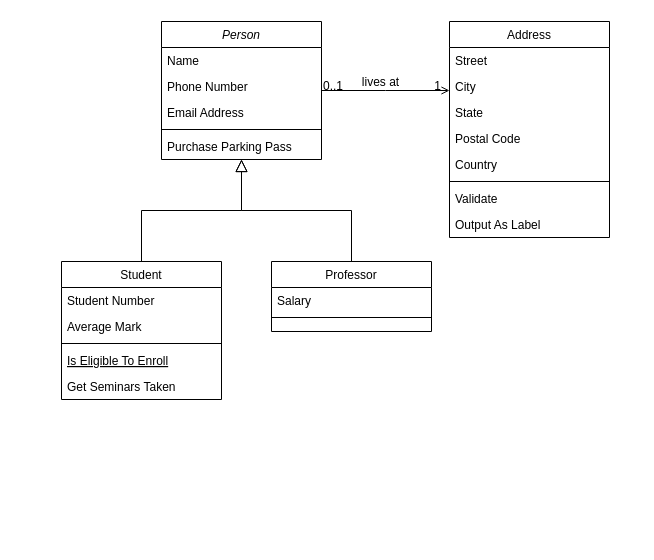
Earlier version of the draw.io diagram GESTAO_OBRAS.drawio (marcoswagner-commits/aula_daw). Source tidied: cells renumbered, new cells numbered last; positions are measured from the earlier drawing's top-left corner, leaving out a move shared by most shapes. Both pictures are drawn from the tidied source at 100%, with x=0, y=0 at pixel (61, 21).
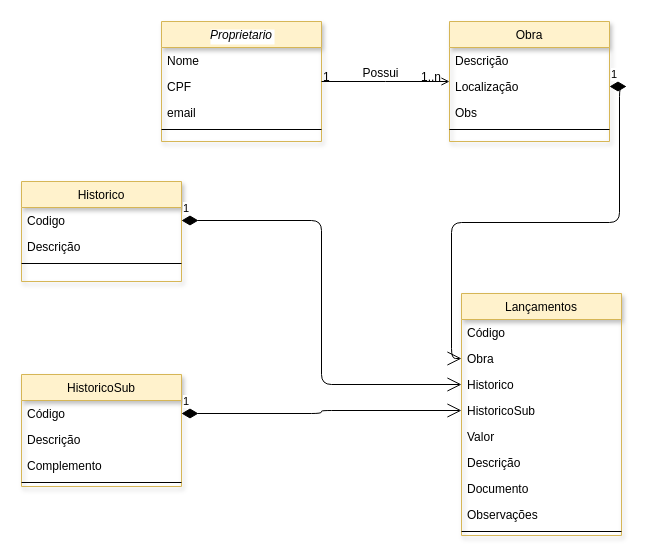
The same page after the edit.

Unchanged cells that the change refers to:
```xml
<mxCell id="28" style="endArrow=open;shadow=0;strokeWidth=1;rounded=0;endFill=1;edgeStyle=elbowEdgeStyle;elbow=vertical;" parent="1" edge="1" source="2" target="19">
  <mxGeometry x="0.5" y="41" relative="1" as="geometry">
    <mxPoint x="-40" y="32" as="offset" />
  </mxGeometry>
</mxCell>
```

What changed in the source:
```diff
@@
-    <mxCell id="2" value="Person" style="swimlane;fontStyle=2;align=center;verticalAlign=top;horizontal=1;startSize=26;rounded=0;shadow=0;strokeWidth=1;" parent="1" vertex="1">
-      <mxGeometry x="100" width="160" height="138" as="geometry" />
+    <mxCell id="2" value="Proprietario" style="swimlane;fontStyle=2;align=center;verticalAlign=top;horizontal=1;startSize=26;rounded=0;shadow=1;strokeWidth=1;labelBackgroundColor=#ffffff;fillColor=#fff2cc;strokeColor=#d6b656;" parent="1" vertex="1">
+      <mxGeometry x="100" width="160" height="120" as="geometry" />
     </mxCell>
-    <mxCell id="3" value="Name" style="text;align=left;verticalAlign=top;spacingLeft=4;spacingRight=4;overflow=hidden;" parent="2" vertex="1">
+    <mxCell id="3" value="Nome" style="text;align=left;verticalAlign=top;spacingLeft=4;spacingRight=4;overflow=hidden;" parent="2" vertex="1">
       <mxGeometry y="26" width="160" height="26" as="geometry" />
     </mxCell>
-    <mxCell id="4" value="Phone Number" style="text;align=left;verticalAlign=top;spacingLeft=4;spacingRight=4;overflow=hidden;rounded=0;shadow=0;html=0;" parent="2" vertex="1">
+    <mxCell id="4" value="CPF&#10;" style="text;align=left;verticalAlign=top;spacingLeft=4;spacingRight=4;overflow=hidden;rounded=0;shadow=0;html=0;" parent="2" vertex="1">
       <mxGeometry y="52" width="160" height="26" as="geometry" />
     </mxCell>
-    <mxCell id="5" value="Email Address" style="text;align=left;verticalAlign=top;spacingLeft=4;spacingRight=4;overflow=hidden;rounded=0;shadow=0;html=0;" parent="2" vertex="1">
+    <mxCell id="5" value="email" style="text;align=left;verticalAlign=top;spacingLeft=4;spacingRight=4;overflow=hidden;rounded=0;shadow=0;html=0;" parent="2" vertex="1">
       <mxGeometry y="78" width="160" height="26" as="geometry" />
     </mxCell>
@@
-    <mxCell id="7" value="Purchase Parking Pass" style="text;align=left;verticalAlign=top;spacingLeft=4;spacingRight=4;overflow=hidden;" parent="2" vertex="1">
-      <mxGeometry y="112" width="160" height="26" as="geometry" />
-    </mxCell>
-    <mxCell id="8" value="Student" style="swimlane;fontStyle=0;align=center;verticalAlign=top;horizontal=1;startSize=26;rounded=0;shadow=0;strokeWidth=1;" parent="1" vertex="1">
-      <mxGeometry y="240" width="160" height="138" as="geometry" />
+    <mxCell id="8" value="Historico" style="swimlane;fontStyle=0;align=center;verticalAlign=top;horizontal=1;startSize=26;rounded=0;shadow=1;strokeWidth=1;fillColor=#fff2cc;strokeColor=#d6b656;" parent="1" vertex="1">
+      <mxGeometry x="-40" y="160" width="160" height="100" as="geometry" />
     </mxCell>
-    <mxCell id="9" value="Student Number" style="text;align=left;verticalAlign=top;spacingLeft=4;spacingRight=4;overflow=hidden;points=[[0,0.5],[1,0.5]];portConstraint=eastwest;" parent="8" vertex="1">
+    <mxCell id="9" value="Codigo&#10;" style="text;align=left;verticalAlign=top;spacingLeft=4;spacingRight=4;overflow=hidden;points=[[0,0.5],[1,0.5]];portConstraint=eastwest;" parent="8" vertex="1">
       <mxGeometry y="26" width="160" height="26" as="geometry" />
     </mxCell>
-    <mxCell id="10" value="Average Mark" style="text;align=left;verticalAlign=top;spacingLeft=4;spacingRight=4;overflow=hidden;rounded=0;shadow=0;html=0;" parent="8" vertex="1">
+    <mxCell id="10" value="Descrição&#10;" style="text;align=left;verticalAlign=top;spacingLeft=4;spacingRight=4;overflow=hidden;rounded=0;shadow=0;html=0;" parent="8" vertex="1">
       <mxGeometry y="52" width="160" height="26" as="geometry" />
     </mxCell>
@@
-    <mxCell id="12" value="Is Eligible To Enroll" style="text;align=left;verticalAlign=top;spacingLeft=4;spacingRight=4;overflow=hidden;fontStyle=4;" parent="8" vertex="1">
-      <mxGeometry y="86" width="160" height="26" as="geometry" />
-    </mxCell>
-    <mxCell id="13" value="Get Seminars Taken" style="text;align=left;verticalAlign=top;spacingLeft=4;spacingRight=4;overflow=hidden;" parent="8" vertex="1">
-      <mxGeometry y="112" width="160" height="26" as="geometry" />
-    </mxCell>
-    <mxCell id="14" style="endArrow=block;endSize=10;endFill=0;shadow=0;strokeWidth=1;rounded=0;edgeStyle=elbowEdgeStyle;elbow=vertical;" parent="1" edge="1" source="8" target="2">
-      <mxGeometry relative="1" as="geometry" />
-    </mxCell>
-    <mxCell id="15" value="Professor" style="swimlane;fontStyle=0;align=center;verticalAlign=top;horizontal=1;startSize=26;rounded=0;shadow=0;strokeWidth=1;" parent="1" vertex="1">
-      <mxGeometry x="210" y="240" width="160" height="70" as="geometry" />
+    <mxCell id="15" value="HistoricoSub" style="swimlane;fontStyle=0;align=center;verticalAlign=top;horizontal=1;startSize=26;rounded=0;shadow=1;strokeWidth=1;fillColor=#fff2cc;strokeColor=#d6b656;" parent="1" vertex="1">
+      <mxGeometry x="-40" y="353" width="160" height="112" as="geometry" />
     </mxCell>
-    <mxCell id="16" value="Salary" style="text;align=left;verticalAlign=top;spacingLeft=4;spacingRight=4;overflow=hidden;points=[[0,0.5],[1,0.5]];portConstraint=eastwest;" parent="15" vertex="1">
+    <mxCell id="16" value="Código&#10;" style="text;align=left;verticalAlign=top;spacingLeft=4;spacingRight=4;overflow=hidden;points=[[0,0.5],[1,0.5]];portConstraint=eastwest;" parent="15" vertex="1">
       <mxGeometry y="26" width="160" height="26" as="geometry" />
     </mxCell>
+    <mxCell id="32" value="Descrição" style="text;align=left;verticalAlign=top;spacingLeft=4;spacingRight=4;overflow=hidden;" parent="15" vertex="1">
+      <mxGeometry y="52" width="160" height="26" as="geometry" />
+    </mxCell>
+    <mxCell id="33" value="Complemento&#10;" style="text;align=left;verticalAlign=top;spacingLeft=4;spacingRight=4;overflow=hidden;" parent="15" vertex="1">
+      <mxGeometry y="78" width="160" height="26" as="geometry" />
+    </mxCell>
     <mxCell id="17" style="line;html=1;strokeWidth=1;align=left;verticalAlign=middle;spacingTop=-1;spacingLeft=3;spacingRight=3;labelPosition=right;" parent="15" vertex="1">
-      <mxGeometry y="52" width="160" height="8" as="geometry" />
+      <mxGeometry y="104" width="160" height="8" as="geometry" />
     </mxCell>
-    <mxCell id="18" style="endArrow=block;endSize=10;endFill=0;shadow=0;strokeWidth=1;rounded=0;edgeStyle=elbowEdgeStyle;elbow=vertical;" parent="1" edge="1" source="15" target="2">
-      <mxGeometry relative="1" as="geometry" />
-    </mxCell>
-    <mxCell id="19" value="Address" style="swimlane;fontStyle=0;align=center;verticalAlign=top;horizontal=1;startSize=26;rounded=0;shadow=0;strokeWidth=1;" parent="1" vertex="1">
-      <mxGeometry x="388" width="160" height="216" as="geometry" />
+    <mxCell id="19" value="Obra" style="swimlane;fontStyle=0;align=center;verticalAlign=top;horizontal=1;startSize=26;rounded=0;shadow=1;strokeWidth=1;fillColor=#fff2cc;strokeColor=#d6b656;" parent="1" vertex="1">
+      <mxGeometry x="388" width="160" height="120" as="geometry" />
     </mxCell>
-    <mxCell id="20" value="Street" style="text;align=left;verticalAlign=top;spacingLeft=4;spacingRight=4;overflow=hidden;" parent="19" vertex="1">
+    <mxCell id="20" value="Descrição&#10;" style="text;align=left;verticalAlign=top;spacingLeft=4;spacingRight=4;overflow=hidden;" parent="19" vertex="1">
       <mxGeometry y="26" width="160" height="26" as="geometry" />
     </mxCell>
-    <mxCell id="21" value="City" style="text;align=left;verticalAlign=top;spacingLeft=4;spacingRight=4;overflow=hidden;points=[[0,0.5],[1,0.5]];portConstraint=eastwest;rounded=0;shadow=0;html=0;" parent="19" vertex="1">
+    <mxCell id="21" value="Localização&#10;" style="text;align=left;verticalAlign=top;spacingLeft=4;spacingRight=4;overflow=hidden;points=[[0,0.5],[1,0.5]];portConstraint=eastwest;rounded=0;shadow=0;html=0;" parent="19" vertex="1">
       <mxGeometry y="52" width="160" height="26" as="geometry" />
     </mxCell>
-    <mxCell id="22" value="State" style="text;align=left;verticalAlign=top;spacingLeft=4;spacingRight=4;overflow=hidden;rounded=0;shadow=0;html=0;" parent="19" vertex="1">
+    <mxCell id="22" value="Obs" style="text;align=left;verticalAlign=top;spacingLeft=4;spacingRight=4;overflow=hidden;rounded=0;shadow=0;html=0;" parent="19" vertex="1">
       <mxGeometry y="78" width="160" height="26" as="geometry" />
     </mxCell>
-    <mxCell id="23" value="Postal Code" style="text;align=left;verticalAlign=top;spacingLeft=4;spacingRight=4;overflow=hidden;rounded=0;shadow=0;html=0;" parent="19" vertex="1">
-      <mxGeometry y="104" width="160" height="26" as="geometry" />
-    </mxCell>
-    <mxCell id="24" value="Country" style="text;align=left;verticalAlign=top;spacingLeft=4;spacingRight=4;overflow=hidden;rounded=0;shadow=0;html=0;" parent="19" vertex="1">
-      <mxGeometry y="130" width="160" height="26" as="geometry" />
-    </mxCell>
     <mxCell id="25" style="line;html=1;strokeWidth=1;align=left;verticalAlign=middle;spacingTop=-1;spacingLeft=3;spacingRight=3;labelPosition=right;" parent="19" vertex="1">
-      <mxGeometry y="156" width="160" height="8" as="geometry" />
+      <mxGeometry y="104" width="160" height="8" as="geometry" />
     </mxCell>
-    <mxCell id="26" value="Validate" style="text;align=left;verticalAlign=top;spacingLeft=4;spacingRight=4;overflow=hidden;" parent="19" vertex="1">
-      <mxGeometry y="164" width="160" height="26" as="geometry" />
-    </mxCell>
-    <mxCell id="27" value="Output As Label" style="text;align=left;verticalAlign=top;spacingLeft=4;spacingRight=4;overflow=hidden;" parent="19" vertex="1">
-      <mxGeometry y="190" width="160" height="26" as="geometry" />
-    </mxCell>
@@
-    <mxCell id="29" value="0..1" style="align=left;verticalAlign=bottom;labelBackgroundColor=none;fontSize=12;" parent="28" vertex="1">
+    <mxCell id="29" value="1" style="align=left;verticalAlign=bottom;labelBackgroundColor=none;fontSize=12;" parent="28" vertex="1">
       <mxGeometry x="-1" relative="1" as="geometry">
         <mxPoint y="4" as="offset" />
       </mxGeometry>
     </mxCell>
-    <mxCell id="30" value="1" style="align=right;verticalAlign=bottom;labelBackgroundColor=none;fontSize=12;" parent="28" vertex="1">
+    <mxCell id="30" value="1..n" style="align=right;verticalAlign=bottom;labelBackgroundColor=none;fontSize=12;" parent="28" vertex="1">
       <mxGeometry x="1" relative="1" as="geometry">
         <mxPoint x="-7" y="4" as="offset" />
       </mxGeometry>
     </mxCell>
-    <mxCell id="31" value="lives at" style="text;html=1;align=center;verticalAlign=middle;labelBackgroundColor=none;rounded=0;shadow=0;strokeWidth=1;fontSize=12;" parent="28" vertex="1">
+    <mxCell id="31" value="Possui" style="text;html=1;align=center;verticalAlign=middle;labelBackgroundColor=none;rounded=0;shadow=0;strokeWidth=1;fontSize=12;" parent="28" vertex="1">
       <mxGeometry x="0.5" y="49" relative="1" as="geometry">
         <mxPoint x="-38" y="40" as="offset" />
       </mxGeometry>
     </mxCell>
+    <mxCell id="34" value="Lançamentos&#10;" style="swimlane;fontStyle=0;align=center;verticalAlign=top;horizontal=1;startSize=26;rounded=0;shadow=1;strokeWidth=1;fillColor=#fff2cc;strokeColor=#d6b656;" parent="1" vertex="1">
+      <mxGeometry x="400" y="272" width="160" height="242" as="geometry" />
+    </mxCell>
+    <mxCell id="35" value="Código&#10;" style="text;align=left;verticalAlign=top;spacingLeft=4;spacingRight=4;overflow=hidden;" parent="34" vertex="1">
+      <mxGeometry y="26" width="160" height="26" as="geometry" />
+    </mxCell>
+    <mxCell id="36" value="Obra&#10;" style="text;align=left;verticalAlign=top;spacingLeft=4;spacingRight=4;overflow=hidden;points=[[0,0.5],[1,0.5]];portConstraint=eastwest;" parent="34" vertex="1">
+      <mxGeometry y="52" width="160" height="26" as="geometry" />
+    </mxCell>
+    <mxCell id="37" value="Historico&#10;" style="text;align=left;verticalAlign=top;spacingLeft=4;spacingRight=4;overflow=hidden;points=[[0,0.5],[1,0.5]];portConstraint=eastwest;" parent="34" vertex="1">
+      <mxGeometry y="78" width="160" height="26" as="geometry" />
+    </mxCell>
+    <mxCell id="38" value="HistoricoSub&#10;&#10;" style="text;align=left;verticalAlign=top;spacingLeft=4;spacingRight=4;overflow=hidden;points=[[0,0.5],[1,0.5]];portConstraint=eastwest;" parent="34" vertex="1">
+      <mxGeometry y="104" width="160" height="26" as="geometry" />
+    </mxCell>
+    <mxCell id="39" value="Valor&#10;" style="text;align=left;verticalAlign=top;spacingLeft=4;spacingRight=4;overflow=hidden;" parent="34" vertex="1">
+      <mxGeometry y="130" width="160" height="26" as="geometry" />
+    </mxCell>
+    <mxCell id="40" value="Descrição&#10;" style="text;align=left;verticalAlign=top;spacingLeft=4;spacingRight=4;overflow=hidden;" parent="34" vertex="1">
+      <mxGeometry y="156" width="160" height="26" as="geometry" />
+    </mxCell>
+    <mxCell id="41" value="Documento&#10;" style="text;align=left;verticalAlign=top;spacingLeft=4;spacingRight=4;overflow=hidden;" parent="34" vertex="1">
+      <mxGeometry y="182" width="160" height="26" as="geometry" />
+    </mxCell>
+    <mxCell id="42" value="Observações" style="text;align=left;verticalAlign=top;spacingLeft=4;spacingRight=4;overflow=hidden;" parent="34" vertex="1">
+      <mxGeometry y="208" width="160" height="26" as="geometry" />
+    </mxCell>
+    <mxCell id="43" style="line;html=1;strokeWidth=1;align=left;verticalAlign=middle;spacingTop=-1;spacingLeft=3;spacingRight=3;labelPosition=right;" parent="34" vertex="1">
+      <mxGeometry y="234" width="160" height="8" as="geometry" />
+    </mxCell>
+    <mxCell id="44" value="1" style="endArrow=open;html=1;endSize=12;startArrow=diamondThin;startSize=14;startFill=1;edgeStyle=orthogonalEdgeStyle;align=left;verticalAlign=bottom;exitX=1;exitY=0.5;exitDx=0;exitDy=0;" parent="1" edge="1" source="21" target="36">
+      <mxGeometry x="-1" y="3" relative="1" as="geometry" />
+    </mxCell>
+    <mxCell id="45" value="1" style="endArrow=open;html=1;endSize=12;startArrow=diamondThin;startSize=14;startFill=1;edgeStyle=orthogonalEdgeStyle;align=left;verticalAlign=bottom;entryX=0;entryY=0.5;entryDx=0;entryDy=0;" parent="1" edge="1" source="9" target="37">
+      <mxGeometry x="-1" y="3" relative="1" as="geometry" />
+    </mxCell>
+    <mxCell id="46" value="1" style="endArrow=open;html=1;endSize=12;startArrow=diamondThin;startSize=14;startFill=1;edgeStyle=orthogonalEdgeStyle;align=left;verticalAlign=bottom;entryX=0;entryY=0.5;entryDx=0;entryDy=0;" parent="1" edge="1" source="16" target="38">
+      <mxGeometry x="-1" y="3" relative="1" as="geometry" />
+    </mxCell>
```
